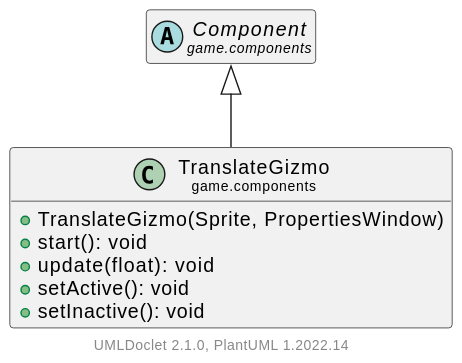
Hirschiii/JavaGameEngine keeps this PlantUML diagram as doc/javadoc/game/components/TranslateGizmo.svg. Above is the earlier version. Its diagram source:
```plantuml
@startuml
    set namespaceSeparator none
    hide empty fields
    hide empty methods

    class "<size:14>TranslateGizmo\n<size:10>game.components" as game.components.TranslateGizmo [[TranslateGizmo.html]] {
        +TranslateGizmo(Sprite, PropertiesWindow)
        +start(): void
        +update(float): void
        +setActive(): void
        +setInactive(): void
    }

    abstract class "<size:14>Component\n<size:10>game.components" as game.components.Component [[Component.html]]

    game.components.Component <|-- game.components.TranslateGizmo

    center footer UMLDoclet 2.1.0, PlantUML %version()
@enduml
```
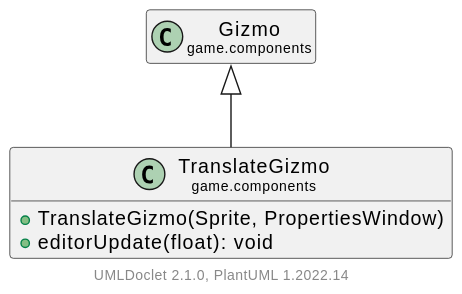
Above is the later version.

Diff of the diagram source:
```diff
@@ -5,15 +5,12 @@
 
     class "<size:14>TranslateGizmo\n<size:10>game.components" as game.components.TranslateGizmo [[TranslateGizmo.html]] {
         +TranslateGizmo(Sprite, PropertiesWindow)
-        +start(): void
-        +update(float): void
-        +setActive(): void
-        +setInactive(): void
+        +editorUpdate(float): void
     }
 
-    abstract class "<size:14>Component\n<size:10>game.components" as game.components.Component [[Component.html]]
+    class "<size:14>Gizmo\n<size:10>game.components" as game.components.Gizmo [[Gizmo.html]]
 
-    game.components.Component <|-- game.components.TranslateGizmo
+    game.components.Gizmo <|-- game.components.TranslateGizmo
 
     center footer UMLDoclet 2.1.0, PlantUML %version()
 @enduml
```
